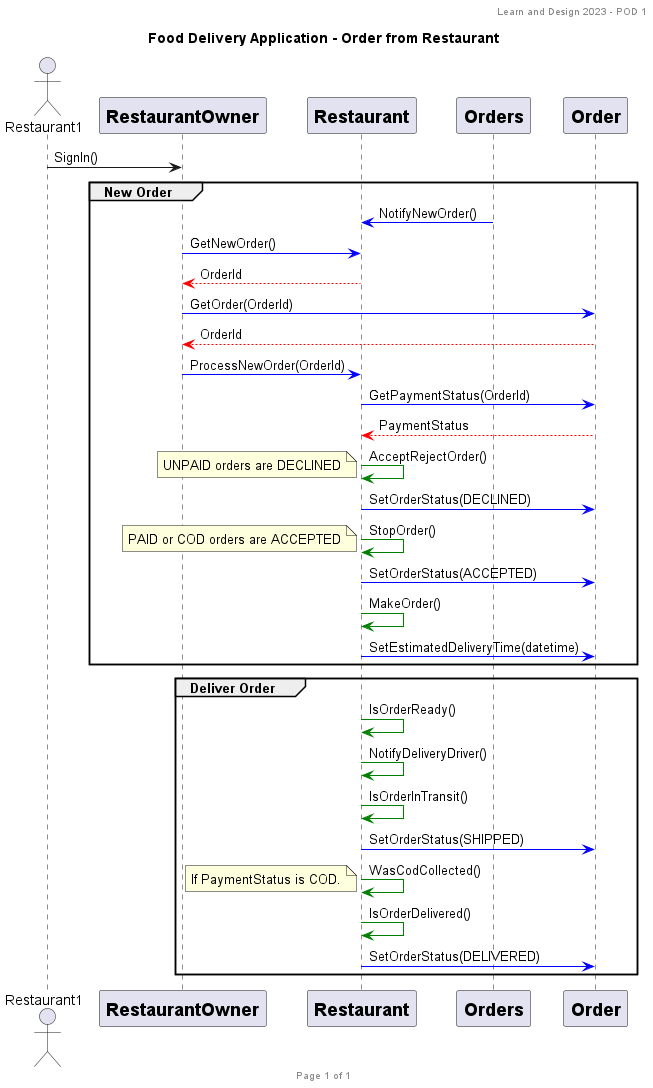
Above: SequenceDiagram/RestaurantOwner-sequence.png in WestonDockstader/FoodDeliveryApp (PlantUML), before the change. Source of this version:
```plantuml
@startuml
header Learn and Design 2023 - POD 1
footer Page %page% of %lastpage%

title: Food Delivery Application - Order from Restaurant

actor Restaurant1

participant RestaurantOwner [
    = RestaurantOwner
]

participant Restaurant [
    = Restaurant
]

participant Orders [
    = Orders
]

participant Order [
    = Order
]

Restaurant1 -> RestaurantOwner : SignIn()
    group New Order
Orders -[#blue]> Restaurant : NotifyNewOrder()
RestaurantOwner -[#blue]> Restaurant : GetNewOrder()
Restaurant -[#red]-> RestaurantOwner : OrderId
RestaurantOwner -[#blue]> Order : GetOrder(OrderId)
Order -[#red]-> RestaurantOwner : OrderId
RestaurantOwner -[#blue]> Restaurant : ProcessNewOrder(OrderId)
Restaurant -[#blue]> Order : GetPaymentStatus(OrderId)
Order -[#red]-> Restaurant : PaymentStatus
Restaurant -[#green]> Restaurant : AcceptRejectOrder()
    note left
        UNPAID orders are DECLINED
    end note
Restaurant -[#blue]> Order : SetOrderStatus(DECLINED)
Restaurant -[#green]> Restaurant : StopOrder()
    note left
        PAID or COD orders are ACCEPTED
    end note
Restaurant -[#blue]> Order : SetOrderStatus(ACCEPTED)

Restaurant -[#green]> Restaurant : MakeOrder()
Restaurant -[#blue]> Order : SetEstimatedDeliveryTime(datetime)
    end
    group Deliver Order
Restaurant -[#green]> Restaurant : IsOrderReady()
Restaurant -[#green]> Restaurant : NotifyDeliveryDriver()
Restaurant -[#green]> Restaurant : IsOrderInTransit()
Restaurant -[#blue]> Order : SetOrderStatus(SHIPPED)
Restaurant -[#green]> Restaurant : WasCodCollected()
    note left
        If PaymentStatus is COD.
    end note
Restaurant -[#green]> Restaurant : IsOrderDelivered()
Restaurant -[#blue]> Order : SetOrderStatus(DELIVERED)
    end
@enduml
```
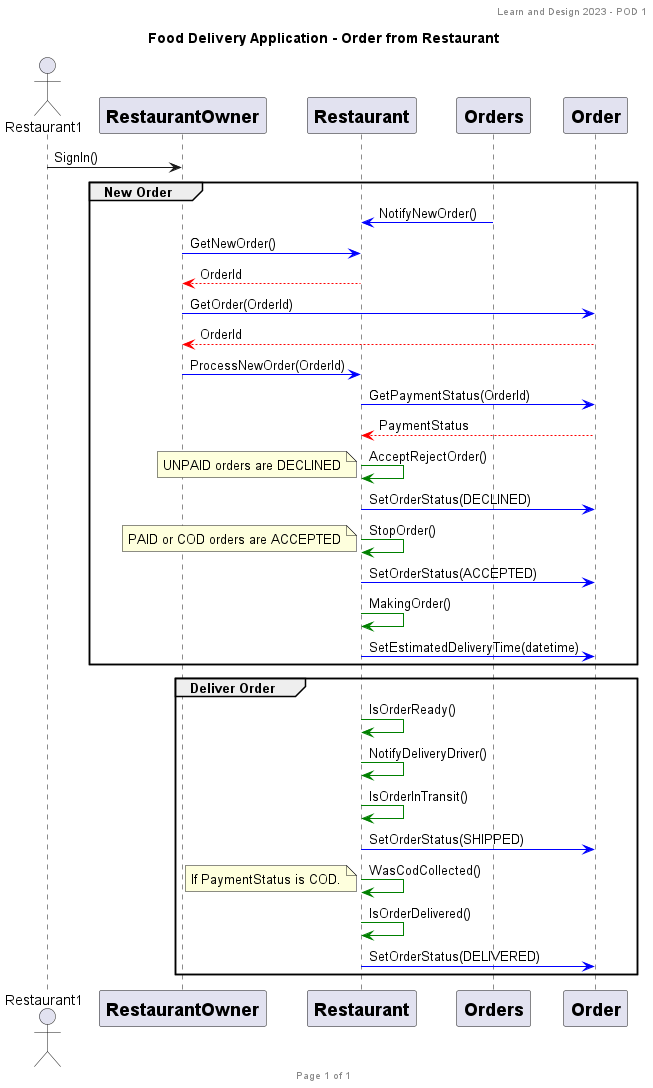
Above is the later version.

The edit, as a diff of the source:
```diff
@@ -43,7 +43,7 @@
     end note
 Restaurant -[#blue]> Order : SetOrderStatus(ACCEPTED)
 
-Restaurant -[#green]> Restaurant : MakeOrder()
+Restaurant -[#green]> Restaurant : MakingOrder()
 Restaurant -[#blue]> Order : SetEstimatedDeliveryTime(datetime)
     end
     group Deliver Order
```
